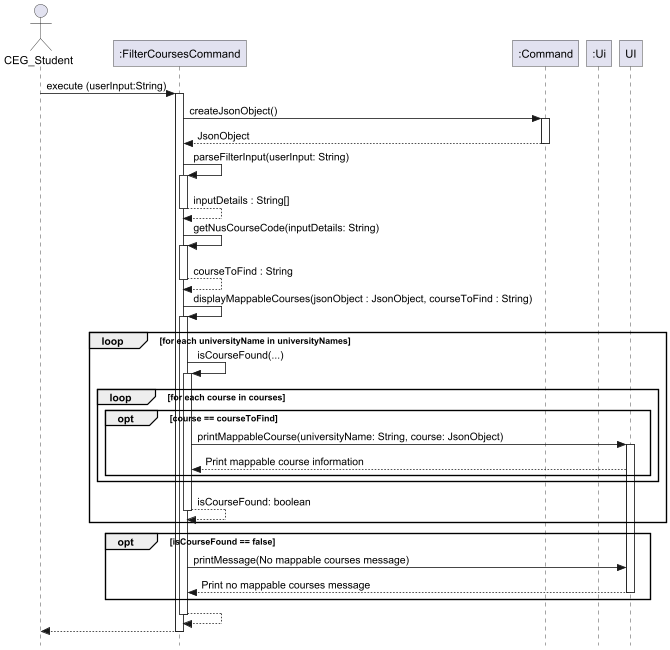
This is docs/images/FilterCoursesCommand.png from nus-cs2113-AY2425S1/tp, a PlantUML export, as it was before one commit.
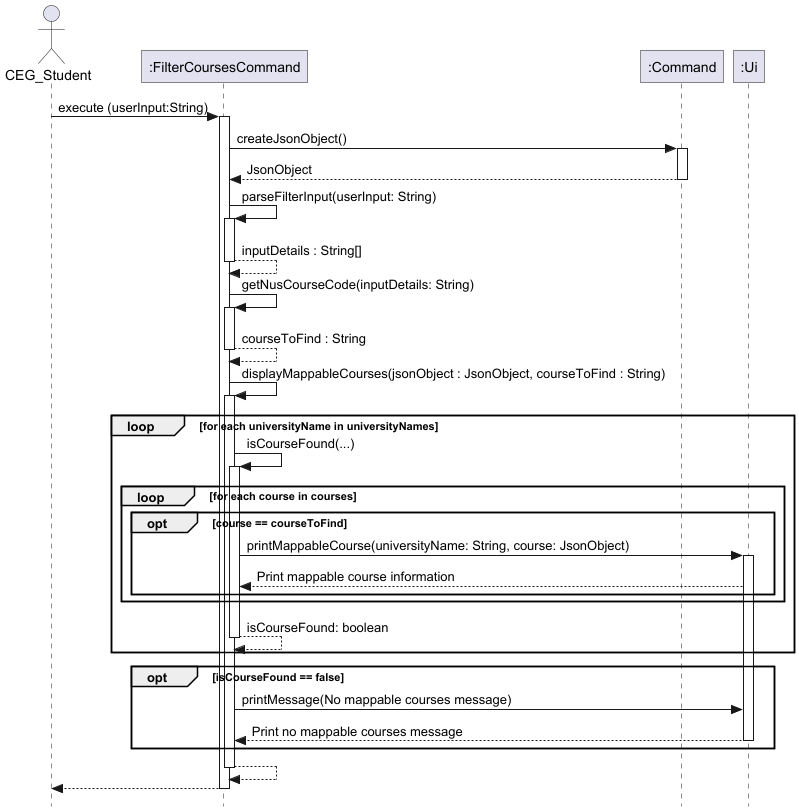
The same file after the commit.

Commit message:
Remove extra UI participant in sequence diagram

The edit, as a diff of the source:
```diff
@@ -5,7 +5,7 @@
 actor CEG_Student
 participant ":FilterCoursesCommand" as FilterCoursesCommand
 participant ":Command" as Command
-participant ":Ui" as Ui
+participant ":Ui" as UI
 
 CEG_Student -> FilterCoursesCommand: execute (userInput:String)
 activate FilterCoursesCommand
```
